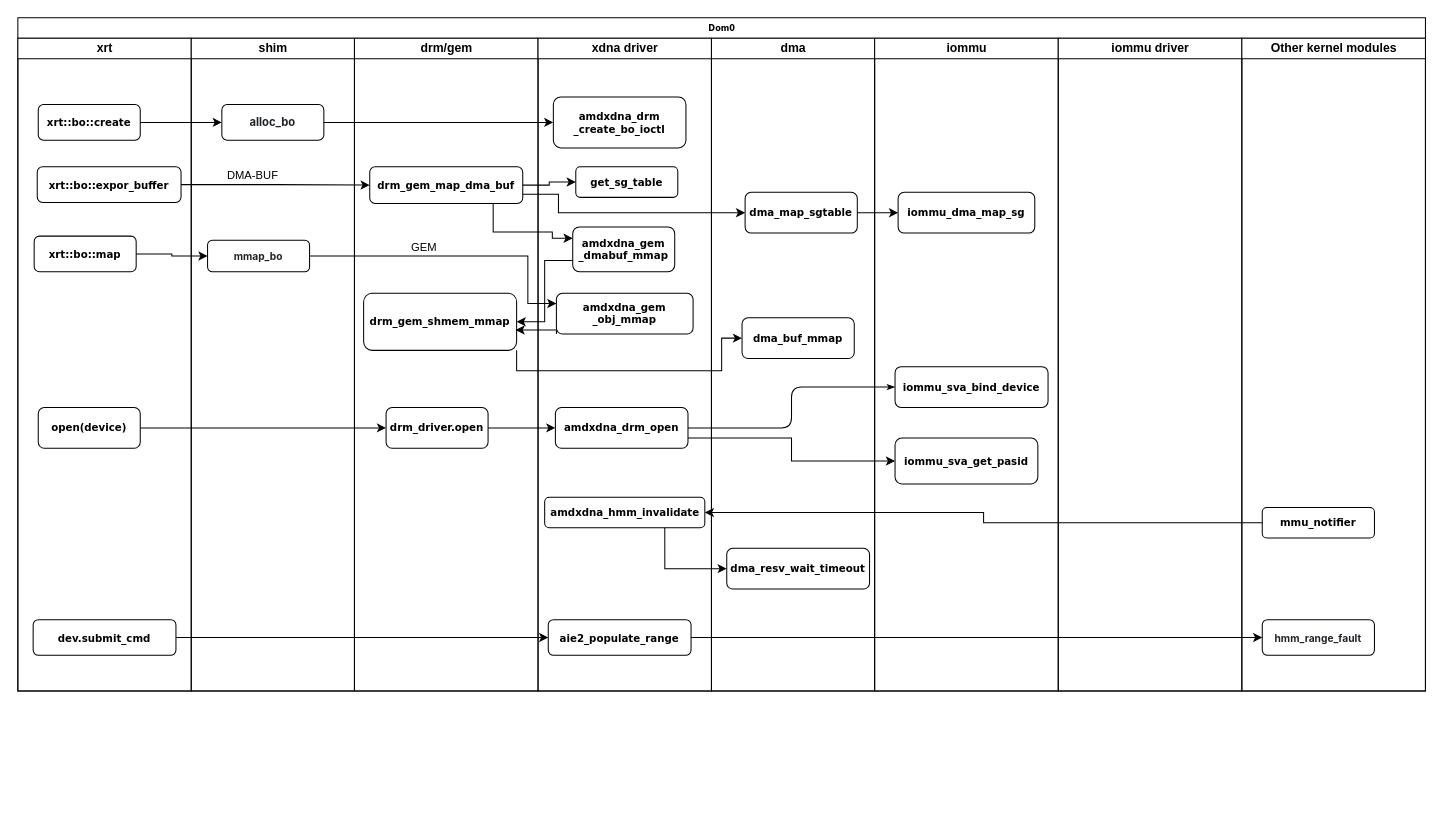
Earlier version of the draw.io diagram bo_alloc_map.drawio (samwyi/test). Source tidied: cells renumbered, new cells numbered last; positions are measured from the earlier drawing's top-left corner, leaving out a move shared by most shapes. Both pictures are drawn from the tidied source at 102%, with x=0, y=0 at pixel (17, 17).
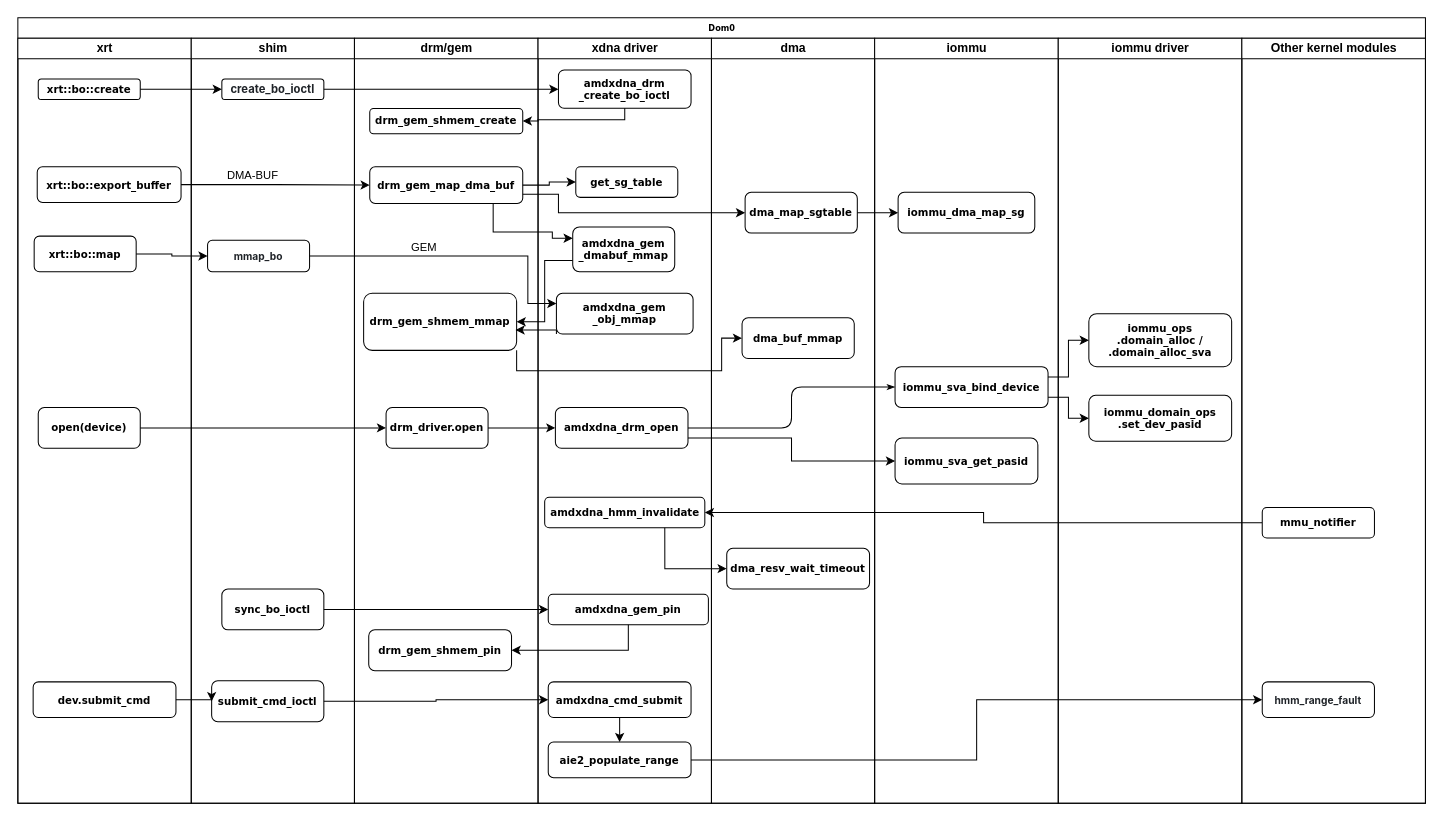
After the change.

Unchanged cells that the change refers to:
```xml
<mxCell id="25" value="iommu_sva_bind_device" style="rounded=1;whiteSpace=wrap;html=1;shadow=0;labelBackgroundColor=none;strokeWidth=1;fontFamily=Verdana;fontSize=10;align=center;fontStyle=1;" parent="24" vertex="1">
  <mxGeometry x="20" y="322" width="150" height="40" as="geometry" />
</mxCell>
```

Change to the diagram source:
```diff
@@
     <mxCell id="2" value="Dom0" style="swimlane;html=1;startSize=20;rounded=0;shadow=0;labelBackgroundColor=none;strokeWidth=1;fontFamily=Verdana;fontSize=8;align=center;" parent="1" vertex="1">
-      <mxGeometry width="1380" height="660" as="geometry" />
+      <mxGeometry width="1380" height="770" as="geometry" />
     </mxCell>
     <mxCell id="3" value="xrt" style="swimlane;html=1;startSize=20;" parent="2" vertex="1">
-      <mxGeometry y="20" width="170" height="640" as="geometry" />
+      <mxGeometry y="20" width="170" height="750" as="geometry" />
     </mxCell>
     <mxCell id="4" value="xrt::bo::create" style="rounded=1;whiteSpace=wrap;html=1;shadow=0;labelBackgroundColor=none;strokeWidth=1;fontFamily=Verdana;fontSize=10;align=center;fontStyle=1;" parent="3" vertex="1">
-      <mxGeometry x="20" y="65" width="100" height="35" as="geometry" />
+      <mxGeometry x="20" y="40" width="100" height="20" as="geometry" />
     </mxCell>
@@
     <mxCell id="6" value="dev.submit_cmd" style="rounded=1;whiteSpace=wrap;html=1;shadow=0;labelBackgroundColor=none;strokeWidth=1;fontFamily=Verdana;fontSize=10;align=center;fontStyle=1;" parent="3" vertex="1">
-      <mxGeometry x="15" y="570" width="140" height="35" as="geometry" />
+      <mxGeometry x="15" y="631" width="140" height="35" as="geometry" />
     </mxCell>
@@
     <mxCell id="8" value="shim" style="swimlane;html=1;startSize=20;" parent="2" vertex="1">
-      <mxGeometry x="170" y="20" width="160" height="640" as="geometry" />
+      <mxGeometry x="170" y="20" width="160" height="750" as="geometry" />
     </mxCell>
-    <mxCell id="9" value="&lt;span style=&quot;color: rgb(31, 35, 40); font-family: -apple-system, BlinkMacSystemFont, &amp;quot;Segoe UI&amp;quot;, &amp;quot;Noto Sans&amp;quot;, Helvetica, Arial, sans-serif, &amp;quot;Apple Color Emoji&amp;quot;, &amp;quot;Segoe UI Emoji&amp;quot;; text-align: left; background-color: rgb(255, 255, 255);&quot;&gt;alloc_bo&lt;/span&gt;" style="rounded=1;whiteSpace=wrap;html=1;shadow=0;labelBackgroundColor=none;strokeWidth=1;fontFamily=Verdana;fontSize=11;align=center;fontStyle=1;" parent="8" vertex="1">
-      <mxGeometry x="30" y="65" width="100" height="35" as="geometry" />
+    <mxCell id="9" value="&lt;span style=&quot;color: rgb(31, 35, 40); font-family: -apple-system, BlinkMacSystemFont, &amp;quot;Segoe UI&amp;quot;, &amp;quot;Noto Sans&amp;quot;, Helvetica, Arial, sans-serif, &amp;quot;Apple Color Emoji&amp;quot;, &amp;quot;Segoe UI Emoji&amp;quot;; text-align: left; background-color: rgb(255, 255, 255);&quot;&gt;create_bo_ioctl&lt;/span&gt;" style="rounded=1;whiteSpace=wrap;html=1;shadow=0;labelBackgroundColor=none;strokeWidth=1;fontFamily=Verdana;fontSize=11;align=center;fontStyle=1;" parent="8" vertex="1">
+      <mxGeometry x="30" y="40" width="100" height="20" as="geometry" />
     </mxCell>
+    <mxCell id="58" value="sync_bo_ioctl" style="rounded=1;whiteSpace=wrap;html=1;shadow=0;labelBackgroundColor=none;strokeWidth=1;fontFamily=Verdana;fontSize=10;align=center;fontStyle=1;" parent="8" vertex="1">
+      <mxGeometry x="30" y="540" width="100" height="40" as="geometry" />
+    </mxCell>
+    <mxCell id="59" value="submit_cmd_ioctl" style="rounded=1;whiteSpace=wrap;html=1;shadow=0;labelBackgroundColor=none;strokeWidth=1;fontFamily=Verdana;fontSize=10;align=center;fontStyle=1;" parent="8" vertex="1">
+      <mxGeometry x="20" y="630" width="110" height="40" as="geometry" />
+    </mxCell>
     <mxCell id="10" value="drm/gem" style="swimlane;html=1;startSize=20;" parent="2" vertex="1">
-      <mxGeometry x="330" y="20" width="180" height="640" as="geometry" />
+      <mxGeometry x="330" y="20" width="180" height="750" as="geometry" />
     </mxCell>
@@
+    <mxCell id="60" value="drm_gem_shmem_pin" style="rounded=1;whiteSpace=wrap;html=1;shadow=0;labelBackgroundColor=none;strokeWidth=1;fontFamily=Verdana;fontSize=10;align=center;fontStyle=1;" parent="10" vertex="1">
+      <mxGeometry x="14" y="580" width="140" height="40" as="geometry" />
+    </mxCell>
+    <mxCell id="61" value="&lt;span style=&quot;font-size: 10px;&quot;&gt;drm_gem_shmem_create&lt;/span&gt;" style="rounded=1;whiteSpace=wrap;html=1;shadow=0;labelBackgroundColor=none;strokeWidth=1;fontFamily=Verdana;fontSize=8;align=center;fontStyle=1;" parent="10" vertex="1">
+      <mxGeometry x="15" y="68.8" width="150" height="24.8" as="geometry" />
+    </mxCell>
     <mxCell id="14" value="xdna driver" style="swimlane;html=1;startSize=20;" parent="2" vertex="1">
-      <mxGeometry x="510" y="20" width="170" height="640" as="geometry" />
+      <mxGeometry x="510" y="20" width="170" height="750" as="geometry" />
     </mxCell>
     <mxCell id="15" value="amdxdna_drm&lt;div&gt;_create_bo_ioctl&lt;/div&gt;" style="rounded=1;whiteSpace=wrap;html=1;shadow=0;labelBackgroundColor=none;strokeWidth=1;fontFamily=Verdana;fontSize=10;align=center;fontStyle=1;" parent="14" vertex="1">
-      <mxGeometry x="15" y="57.5" width="130" height="50" as="geometry" />
+      <mxGeometry x="20" y="31.2" width="130" height="37.5" as="geometry" />
     </mxCell>
@@
+    <mxCell id="62" style="edgeStyle=orthogonalEdgeStyle;rounded=0;jettySize=auto;html=1;exitX=0.5;exitY=1;exitDx=0;exitDy=0;entryX=0.5;entryY=0;entryDx=0;entryDy=0;" parent="14" edge="1" source="20" target="64">
+      <mxGeometry relative="1" as="geometry" />
+    </mxCell>
-    <mxCell id="20" value="aie2_populate_range" style="rounded=1;whiteSpace=wrap;html=1;shadow=0;labelBackgroundColor=none;strokeWidth=1;fontFamily=Verdana;fontSize=10;align=center;fontStyle=1;" parent="14" vertex="1">
-      <mxGeometry x="10" y="570" width="140" height="35" as="geometry" />
+    <mxCell id="20" value="amdxdna_cmd_submit" style="rounded=1;whiteSpace=wrap;html=1;shadow=0;labelBackgroundColor=none;strokeWidth=1;fontFamily=Verdana;fontSize=10;align=center;fontStyle=1;" parent="14" vertex="1">
+      <mxGeometry x="10" y="631" width="140" height="35" as="geometry" />
     </mxCell>
+    <mxCell id="63" value="amdxdna_gem_pin" style="rounded=1;whiteSpace=wrap;html=1;shadow=0;labelBackgroundColor=none;strokeWidth=1;fontFamily=Verdana;fontSize=10;align=center;fontStyle=1;" parent="14" vertex="1">
+      <mxGeometry x="10" y="545" width="157" height="30" as="geometry" />
+    </mxCell>
+    <mxCell id="64" value="aie2_populate_range" style="rounded=1;whiteSpace=wrap;html=1;shadow=0;labelBackgroundColor=none;strokeWidth=1;fontFamily=Verdana;fontSize=10;align=center;fontStyle=1;" parent="14" vertex="1">
+      <mxGeometry x="10" y="690" width="140" height="35" as="geometry" />
+    </mxCell>
     <mxCell id="21" value="dma" style="swimlane;html=1;startSize=20;" parent="2" vertex="1">
-      <mxGeometry x="680" y="20" width="160" height="640" as="geometry" />
+      <mxGeometry x="680" y="20" width="160" height="750" as="geometry" />
     </mxCell>
@@
     <mxCell id="24" value="iommu" style="swimlane;html=1;startSize=20;" parent="2" vertex="1">
-      <mxGeometry x="840" y="20" width="180" height="640" as="geometry" />
+      <mxGeometry x="840" y="20" width="180" height="750" as="geometry" />
     </mxCell>
@@
     <mxCell id="32" value="iommu driver" style="swimlane;html=1;startSize=20;" parent="2" vertex="1">
-      <mxGeometry x="1020" y="20" width="180" height="640" as="geometry" />
+      <mxGeometry x="1020" y="20" width="180" height="750" as="geometry" />
     </mxCell>
-    <mxCell id="33" style="edgeStyle=orthogonalEdgeStyle;rounded=0;jettySize=auto;html=1;exitX=1;exitY=0.5;exitDx=0;exitDy=0;entryX=0;entryY=0.5;entryDx=0;entryDy=0;fontStyle=1;" parent="2" edge="1" source="20" target="43">
-      <mxGeometry relative="1" as="geometry" />
-    </mxCell>
+    <mxCell id="65" value="iommu_domain_ops&lt;div&gt;.set_dev_pasid&lt;/div&gt;" style="rounded=1;whiteSpace=wrap;html=1;shadow=0;labelBackgroundColor=none;strokeWidth=1;fontFamily=Verdana;fontSize=10;align=center;fontStyle=1;" parent="32" vertex="1">
+      <mxGeometry x="30" y="350" width="140" height="45" as="geometry" />
+    </mxCell>
+    <mxCell id="66" value="iommu_ops&lt;div&gt;.domain_alloc /&lt;/div&gt;&lt;div&gt;.domain_alloc_sva&lt;/div&gt;" style="rounded=1;whiteSpace=wrap;html=1;shadow=0;labelBackgroundColor=none;strokeWidth=1;fontFamily=Verdana;fontSize=10;align=center;fontStyle=1;" parent="32" vertex="1">
+      <mxGeometry x="30" y="270" width="140" height="52" as="geometry" />
+    </mxCell>
@@
-    <mxCell id="39" style="edgeStyle=orthogonalEdgeStyle;rounded=0;jettySize=auto;html=1;exitX=1;exitY=0.5;exitDx=0;exitDy=0;entryX=0;entryY=0.5;entryDx=0;entryDy=0;" parent="2" edge="1" source="6" target="20">
-      <mxGeometry relative="1" as="geometry" />
-    </mxCell>
@@
     <mxCell id="41" value="Other kernel modules" style="swimlane;html=1;startSize=20;" parent="2" vertex="1">
-      <mxGeometry x="1200" y="20" width="180" height="640" as="geometry" />
+      <mxGeometry x="1200" y="20" width="180" height="750" as="geometry" />
     </mxCell>
@@
     <mxCell id="43" value="&lt;span style=&quot;color: rgb(31, 35, 40); font-family: -apple-system, BlinkMacSystemFont, &amp;quot;Segoe UI&amp;quot;, &amp;quot;Noto Sans&amp;quot;, Helvetica, Arial, sans-serif, &amp;quot;Apple Color Emoji&amp;quot;, &amp;quot;Segoe UI Emoji&amp;quot;; text-align: left; background-color: rgb(255, 255, 255);&quot;&gt;hmm_range_fault&lt;/span&gt;" style="rounded=1;whiteSpace=wrap;html=1;shadow=0;labelBackgroundColor=none;strokeWidth=1;fontFamily=Verdana;fontSize=10;align=center;fontStyle=1;" parent="41" vertex="1">
-      <mxGeometry x="20" y="570" width="110" height="35" as="geometry" />
+      <mxGeometry x="20" y="631" width="110" height="35" as="geometry" />
     </mxCell>
+    <mxCell id="67" style="edgeStyle=orthogonalEdgeStyle;rounded=0;jettySize=auto;html=1;exitX=1;exitY=0.75;exitDx=0;exitDy=0;entryX=0;entryY=0.5;entryDx=0;entryDy=0;" parent="2" edge="1" source="25" target="65">
+      <mxGeometry relative="1" as="geometry">
+        <Array as="points">
+          <mxPoint x="1030" y="372" />
+          <mxPoint x="1030" y="393" />
+        </Array>
+      </mxGeometry>
+    </mxCell>
+    <mxCell id="68" style="edgeStyle=orthogonalEdgeStyle;rounded=0;jettySize=auto;html=1;exitX=1;exitY=0.25;exitDx=0;exitDy=0;entryX=0;entryY=0.5;entryDx=0;entryDy=0;" parent="2" edge="1" source="25" target="66">
+      <mxGeometry relative="1" as="geometry" />
+    </mxCell>
+    <mxCell id="69" style="edgeStyle=orthogonalEdgeStyle;rounded=0;jettySize=auto;html=1;exitX=1;exitY=0.5;exitDx=0;exitDy=0;entryX=0;entryY=0.5;entryDx=0;entryDy=0;" parent="2" edge="1" source="58" target="63">
+      <mxGeometry relative="1" as="geometry" />
+    </mxCell>
+    <mxCell id="70" style="edgeStyle=orthogonalEdgeStyle;rounded=0;jettySize=auto;html=1;exitX=0.5;exitY=1;exitDx=0;exitDy=0;entryX=1;entryY=0.5;entryDx=0;entryDy=0;" parent="2" edge="1" source="63" target="60">
+      <mxGeometry relative="1" as="geometry" />
+    </mxCell>
+    <mxCell id="71" style="edgeStyle=orthogonalEdgeStyle;rounded=0;jettySize=auto;html=1;exitX=0.5;exitY=1;exitDx=0;exitDy=0;entryX=1;entryY=0.5;entryDx=0;entryDy=0;" parent="2" edge="1" source="15" target="61">
+      <mxGeometry relative="1" as="geometry">
+        <Array as="points">
+          <mxPoint x="595" y="100" />
+          <mxPoint x="510" y="100" />
+          <mxPoint x="510" y="101" />
+        </Array>
+      </mxGeometry>
+    </mxCell>
+    <mxCell id="72" style="edgeStyle=orthogonalEdgeStyle;rounded=0;jettySize=auto;html=1;exitX=1;exitY=0.5;exitDx=0;exitDy=0;entryX=0;entryY=0.5;entryDx=0;entryDy=0;" parent="2" edge="1" source="59" target="20">
+      <mxGeometry relative="1" as="geometry" />
+    </mxCell>
+    <mxCell id="73" style="edgeStyle=orthogonalEdgeStyle;rounded=0;jettySize=auto;html=1;exitX=1;exitY=0.5;exitDx=0;exitDy=0;entryX=0;entryY=0.5;entryDx=0;entryDy=0;" parent="2" edge="1" source="64" target="43">
+      <mxGeometry relative="1" as="geometry" />
+    </mxCell>
+    <mxCell id="74" style="edgeStyle=orthogonalEdgeStyle;rounded=0;jettySize=auto;html=1;exitX=1;exitY=0.5;exitDx=0;exitDy=0;entryX=0;entryY=0.5;entryDx=0;entryDy=0;" parent="2" edge="1" source="6" target="59">
+      <mxGeometry relative="1" as="geometry" />
+    </mxCell>
@@
-    <mxCell id="55" value="xrt::bo::expor_buffer" style="rounded=1;whiteSpace=wrap;html=1;shadow=0;labelBackgroundColor=none;strokeWidth=1;fontFamily=Verdana;fontSize=10;align=center;fontStyle=1;" parent="1" vertex="1">
+    <mxCell id="55" value="xrt::bo::export_buffer" style="rounded=1;whiteSpace=wrap;html=1;shadow=0;labelBackgroundColor=none;strokeWidth=1;fontFamily=Verdana;fontSize=10;align=center;fontStyle=1;" parent="1" vertex="1">
       <mxGeometry x="19" y="146" width="141" height="35" as="geometry" />
     </mxCell>
```
